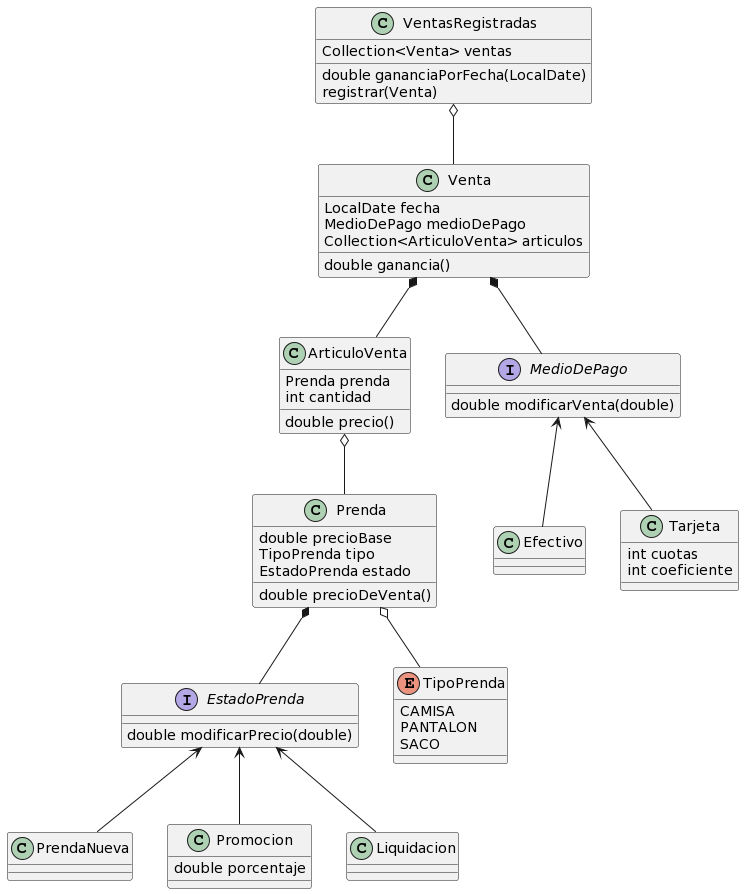
Above: macowins_diagrama.png in MarcoPiatti/dds_macowins (PlantUML), before the change. Its diagram source:
```plantuml
@startuml
interface EstadoPrenda {
    double modificarPrecio(double)
}

class PrendaNueva
EstadoPrenda <-- PrendaNueva

class Promocion {
    double porcentaje
}
EstadoPrenda <-- Promocion

class Liquidacion
EstadoPrenda <-- Liquidacion


class Prenda {
    double precioBase
    TipoPrenda tipo
    EstadoPrenda estado
    double precioDeVenta()
}
Prenda *-- EstadoPrenda

enum TipoPrenda {
    CAMISA
    PANTALON
    SACO
}
Prenda o-- TipoPrenda



class ArticuloVenta{
    Prenda prenda
    int cantidad
    double precio()
}
ArticuloVenta o-- Prenda

interface MedioDePago{
    double modificarVenta(double)
}

class Efectivo
MedioDePago <-- Efectivo

class Tarjeta {
    int cuotas
    int coeficiente
}
MedioDePago <-- Tarjeta

class Venta {
    LocalDate fecha
    MedioDePago medioDePago
    Collection<ArticuloVenta> articulos
    double ganancia()
}
Venta *-- MedioDePago
Venta *-- ArticuloVenta


class VentasRegistradas {
    Collection<Venta> ventas
    double gananciaPorFecha(LocalDate)
    registrar(Venta)
}
VentasRegistradas o-- Venta
@enduml
```
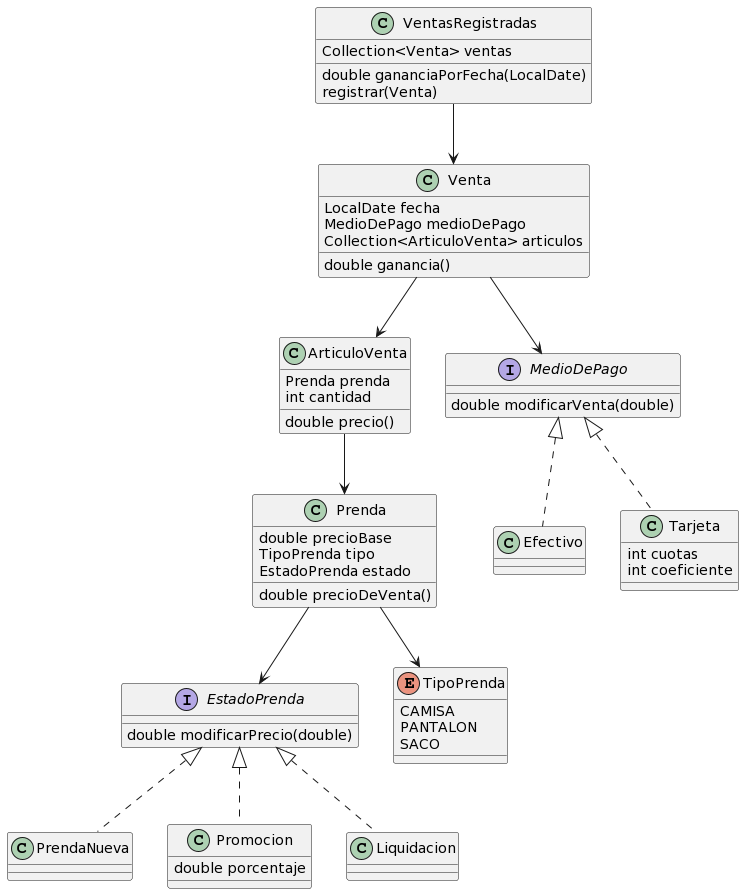
After the change.

The edit, as a diff of the source:
```diff
@@ -4,15 +4,15 @@
 }
 
 class PrendaNueva
-EstadoPrenda <-- PrendaNueva
+EstadoPrenda <|.. PrendaNueva
 
 class Promocion {
     double porcentaje
 }
-EstadoPrenda <-- Promocion
+EstadoPrenda <|.. Promocion
 
 class Liquidacion
-EstadoPrenda <-- Liquidacion
+EstadoPrenda <|.. Liquidacion
 
 
 class Prenda {
@@ -21,14 +21,14 @@
     EstadoPrenda estado
     double precioDeVenta()
 }
-Prenda *-- EstadoPrenda
+Prenda --> EstadoPrenda
 
 enum TipoPrenda {
     CAMISA
     PANTALON
     SACO
 }
-Prenda o-- TipoPrenda
+Prenda --> TipoPrenda
 
 
 
@@ -37,20 +37,20 @@
     int cantidad
     double precio()
 }
-ArticuloVenta o-- Prenda
+ArticuloVenta --> Prenda
 
 interface MedioDePago{
     double modificarVenta(double)
 }
 
 class Efectivo
-MedioDePago <-- Efectivo
+MedioDePago <|.. Efectivo
 
 class Tarjeta {
     int cuotas
     int coeficiente
 }
-MedioDePago <-- Tarjeta
+MedioDePago <|.. Tarjeta
 
 class Venta {
     LocalDate fecha
@@ -58,8 +58,8 @@
     Collection<ArticuloVenta> articulos
     double ganancia()
 }
-Venta *-- MedioDePago
-Venta *-- ArticuloVenta
+Venta --> MedioDePago
+Venta --> ArticuloVenta
 
 
 class VentasRegistradas {
@@ -67,5 +67,5 @@
     double gananciaPorFecha(LocalDate)
     registrar(Venta)
 }
-VentasRegistradas o-- Venta
+VentasRegistradas --> Venta
 @enduml
```
